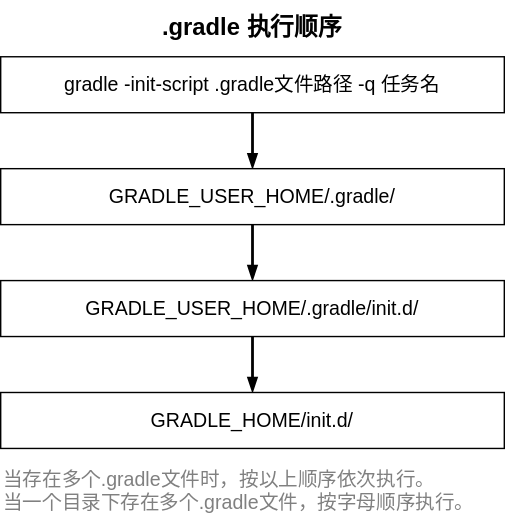
Earlier version of the draw.io export pictures/Gradle-gradle-build执行顺序.drawio.svg (creatern/NoteBook). Source tidied: cells renumbered, new cells last; positions are measured from the earlier drawing's top-left corner, leaving out a move shared by most shapes.
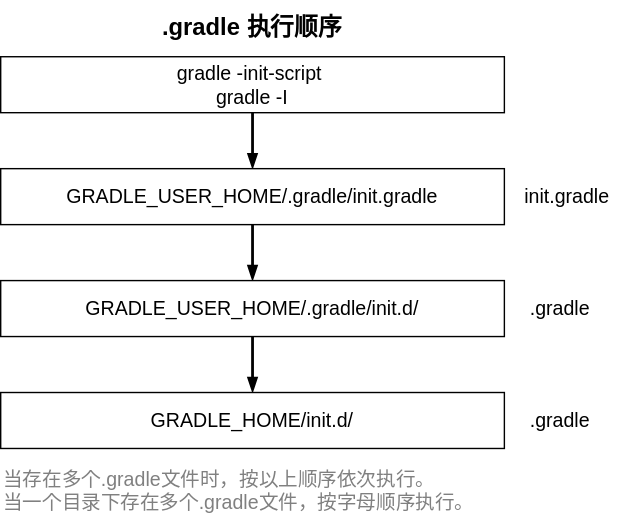
The same diagram one commit later.

Diff of the diagram source:
```diff
@@ -5,7 +5,7 @@
     <mxCell id="2" style="edgeStyle=orthogonalEdgeStyle;shape=connector;rounded=0;jettySize=auto;html=1;exitX=0.5;exitY=1;exitDx=0;exitDy=0;labelBackgroundColor=default;strokeColor=default;strokeWidth=2;fontFamily=Helvetica;fontSize=11;fontColor=default;endArrow=blockThin;endFill=1;" parent="1" edge="1" source="3" target="6">
       <mxGeometry relative="1" as="geometry" />
     </mxCell>
-    <mxCell id="3" value="gradle -init-script .gradle文件路径 -q 任务名" style="rounded=0;whiteSpace=wrap;html=1;fontFamily=Helvetica;fontSize=14;fontColor=default;" parent="1" vertex="1">
+    <mxCell id="3" value="gradle -init-script&amp;nbsp;&lt;br&gt;gradle -I" style="rounded=0;whiteSpace=wrap;html=1;fontFamily=Helvetica;fontSize=14;fontColor=default;" parent="1" vertex="1">
       <mxGeometry y="40" width="360" height="40" as="geometry" />
     </mxCell>
     <mxCell id="4" value="&lt;font style=&quot;font-size: 17px;&quot;&gt;&lt;b&gt;.gradle 执行顺序&lt;/b&gt;&lt;/font&gt;" style="text;html=1;strokeColor=none;fillColor=none;align=center;verticalAlign=middle;whiteSpace=wrap;rounded=0;fontSize=11;fontFamily=Helvetica;fontColor=default;" parent="1" vertex="1">
@@ -14,7 +14,7 @@
     <mxCell id="5" style="edgeStyle=orthogonalEdgeStyle;shape=connector;rounded=0;jettySize=auto;html=1;exitX=0.5;exitY=1;exitDx=0;exitDy=0;labelBackgroundColor=default;strokeColor=default;strokeWidth=2;fontFamily=Helvetica;fontSize=11;fontColor=default;endArrow=blockThin;endFill=1;" parent="1" edge="1" source="6" target="8">
       <mxGeometry relative="1" as="geometry" />
     </mxCell>
-    <mxCell id="6" value="GRADLE_USER_HOME/.gradle/" style="rounded=0;whiteSpace=wrap;html=1;fontFamily=Helvetica;fontSize=14;fontColor=default;" parent="1" vertex="1">
+    <mxCell id="6" value="GRADLE_USER_HOME/.gradle/init.gradle" style="rounded=0;whiteSpace=wrap;html=1;fontFamily=Helvetica;fontSize=14;fontColor=default;" parent="1" vertex="1">
       <mxGeometry y="120" width="360" height="40" as="geometry" />
     </mxCell>
     <mxCell id="7" style="edgeStyle=orthogonalEdgeStyle;shape=connector;rounded=0;jettySize=auto;html=1;exitX=0.5;exitY=1;exitDx=0;exitDy=0;entryX=0.5;entryY=0;entryDx=0;entryDy=0;labelBackgroundColor=default;strokeColor=default;strokeWidth=2;fontFamily=Helvetica;fontSize=11;fontColor=default;endArrow=blockThin;endFill=1;" parent="1" edge="1" source="8" target="9">
@@ -29,5 +29,14 @@
     <mxCell id="10" value="当存在多个.gradle文件时，按以上顺序依次执行。&lt;br&gt;当一个目录下存在多个.gradle文件，按字母顺序执行。" style="text;html=1;strokeColor=none;fillColor=none;align=left;verticalAlign=middle;whiteSpace=wrap;rounded=0;fontSize=14;fontFamily=Helvetica;fontColor=#808080;" parent="1" vertex="1">
       <mxGeometry y="335" width="360" height="30" as="geometry" />
     </mxCell>
+    <mxCell id="11" value=".gradle" style="text;html=1;strokeColor=none;fillColor=none;align=center;verticalAlign=middle;whiteSpace=wrap;rounded=0;fontSize=14;" parent="1" vertex="1">
+      <mxGeometry x="370" y="205" width="60" height="30" as="geometry" />
+    </mxCell>
+    <mxCell id="12" value="init.gradle" style="text;html=1;strokeColor=none;fillColor=none;align=center;verticalAlign=middle;whiteSpace=wrap;rounded=0;fontSize=14;" parent="1" vertex="1">
+      <mxGeometry x="370" y="125" width="70" height="30" as="geometry" />
+    </mxCell>
+    <mxCell id="13" value=".gradle" style="text;html=1;strokeColor=none;fillColor=none;align=center;verticalAlign=middle;whiteSpace=wrap;rounded=0;fontSize=14;" parent="1" vertex="1">
+      <mxGeometry x="370" y="285" width="60" height="30" as="geometry" />
+    </mxCell>
   </root>
 </mxGraphModel>
```
